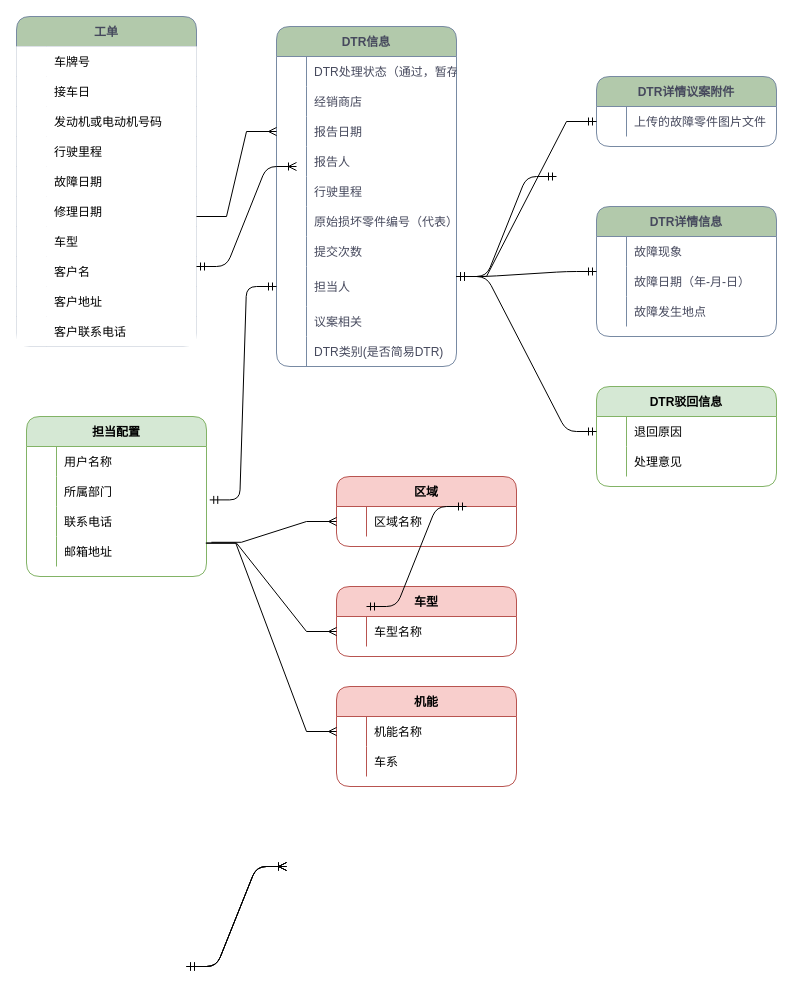
Above: images/聚合根.drawio in 1132489442/designer (draw.io), before the change. Source tidied: cells renumbered, new cells numbered last; positions are measured from the earlier drawing's top-left corner, leaving out a move shared by most shapes. Both pictures are drawn from the tidied source at 100%, with x=0, y=0 at pixel (16, 16).
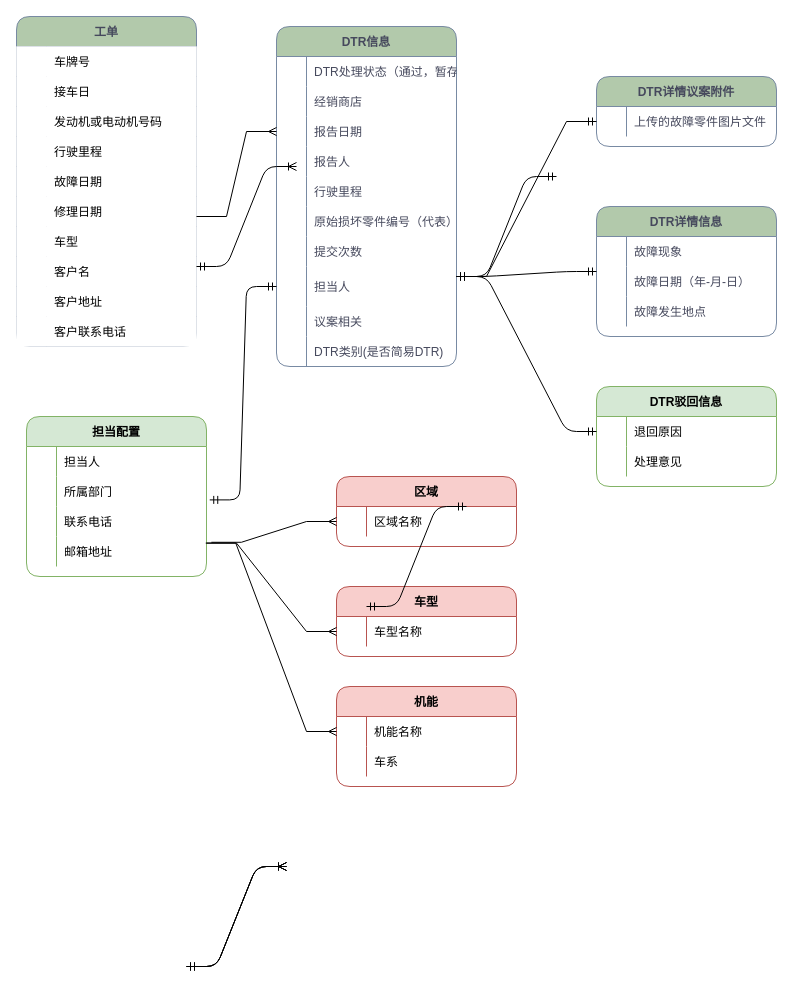
The same page after the edit.

Commit message (it also covers changes not shown here):
更新聚合根.drawio

Unchanged cells that the change refers to:
```xml
<mxCell id="79" style="shape=partialRectangle;fillColor=none;top=0;left=0;bottom=0;right=0;rounded=1;" parent="78" vertex="1">
  <mxGeometry y="30" width="180" height="30" as="geometry" />
</mxCell>
```

What changed in the source:
```diff
@@
-    <mxCell id="81" value="用户名称" style="shape=partialRectangle;fillColor=none;top=0;left=0;bottom=0;right=0;align=left;spacingLeft=6;overflow=hidden;rounded=1;" parent="79" vertex="1">
+    <mxCell id="81" value="担当人" style="shape=partialRectangle;fillColor=none;top=0;left=0;bottom=0;right=0;align=left;spacingLeft=6;overflow=hidden;rounded=1;" parent="79" vertex="1">
       <mxGeometry x="30" width="150" height="30" as="geometry" />
     </mxCell>
```
